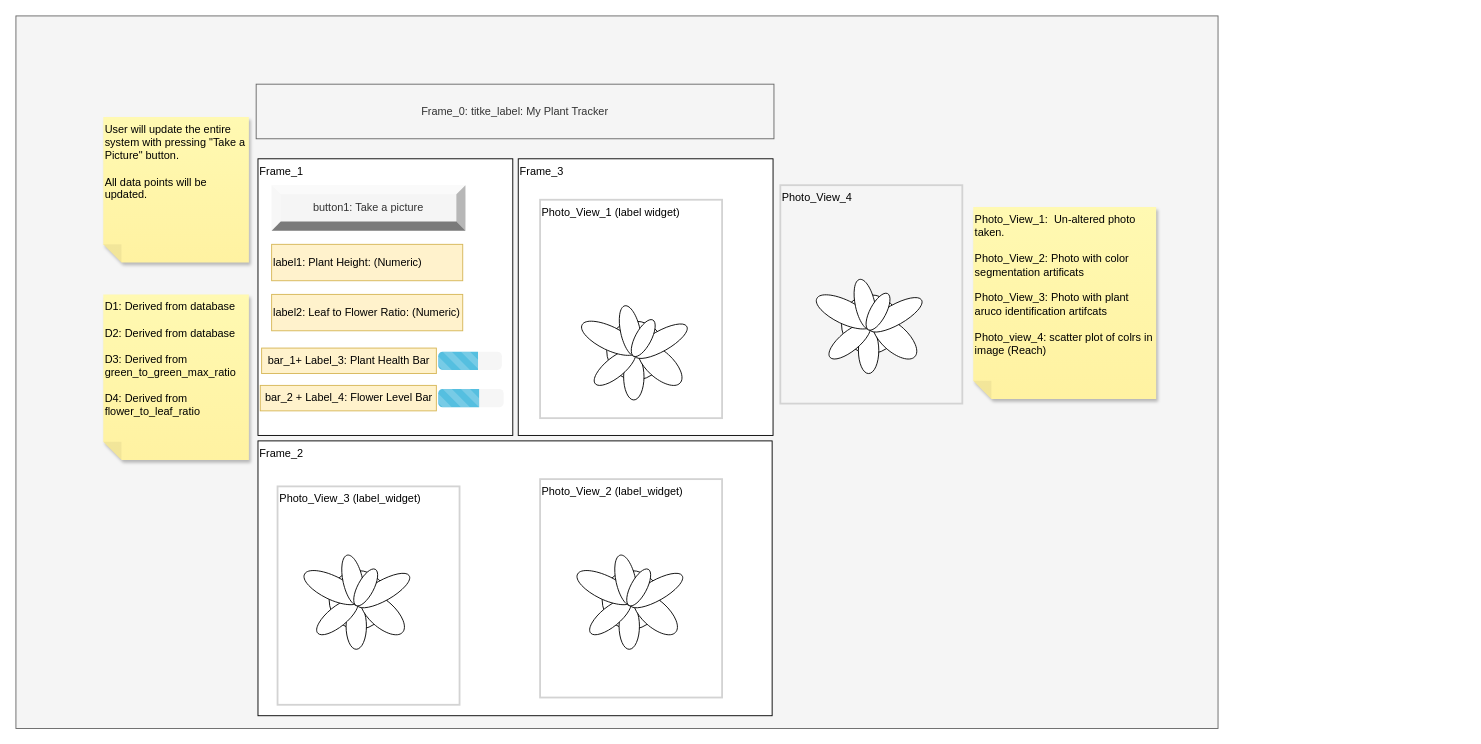
Earlier version of the draw.io diagram page "view_GUI" (2 of 3) of docs/block_diagram_flower_growth_tracker.drawio (JovanyZepeda/miniature-doodle). Source tidied: cells renumbered, new cells numbered last; positions are measured from the earlier drawing's top-left corner, leaving out a move shared by most shapes. Both pictures are drawn from the tidied source at 91%, with x=0, y=0 at pixel (15, 15).
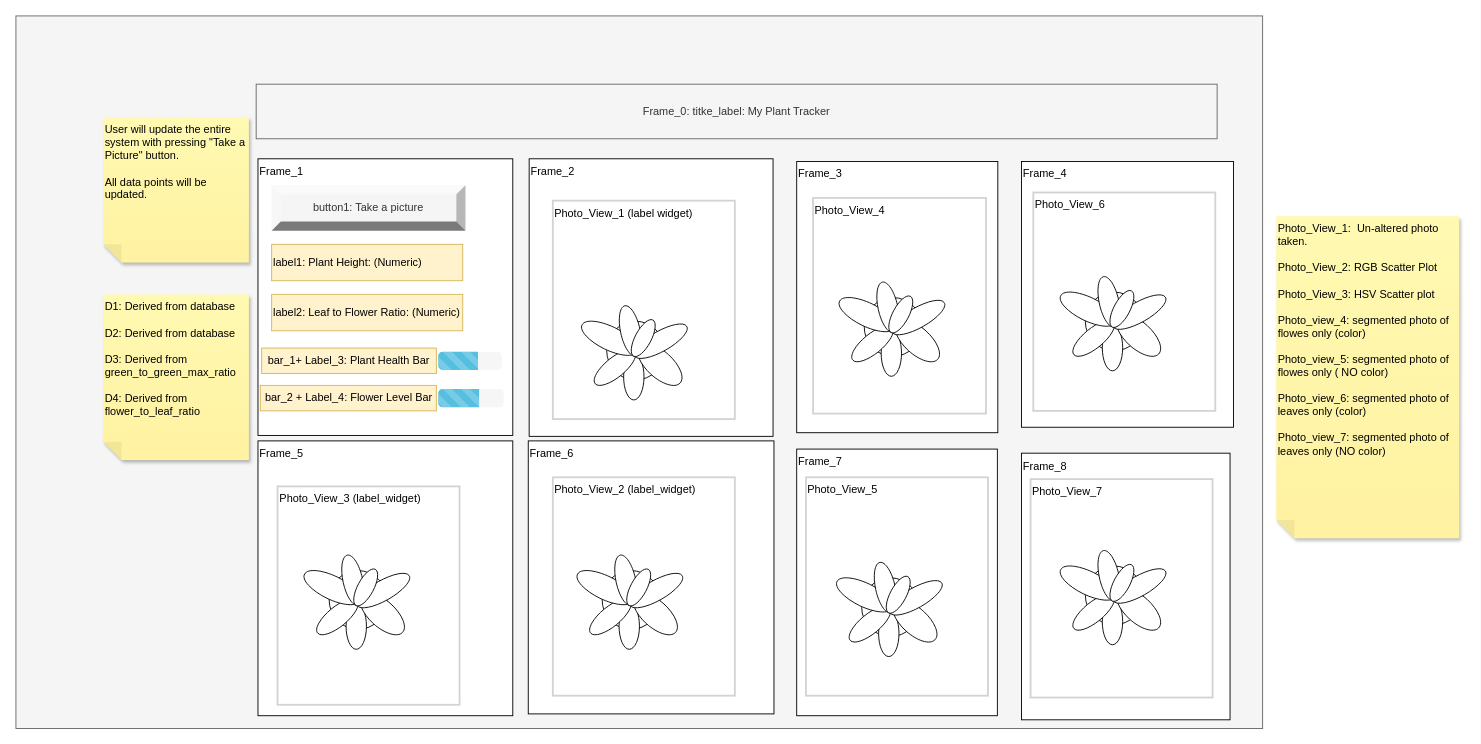
The same page after the edit.

Diff of the diagram source:
```diff
@@
     <mxCell id="2" style="rounded=0;whiteSpace=wrap;html=1;fillColor=#f5f5f5;fontColor=#333333;strokeColor=#666666;" parent="1" vertex="1">
-      <mxGeometry width="1321" height="783" as="geometry" />
+      <mxGeometry width="1370" height="783" as="geometry" />
     </mxCell>
+    <mxCell id="27" value="Frame_4" style="rounded=0;whiteSpace=wrap;html=1;verticalAlign=top;align=left;" parent="1" vertex="1">
+      <mxGeometry x="1105" y="160" width="233" height="292" as="geometry" />
+    </mxCell>
+    <mxCell id="28" value="Frame_7" style="rounded=0;whiteSpace=wrap;html=1;verticalAlign=top;align=left;" parent="1" vertex="1">
+      <mxGeometry x="858" y="476" width="220.5" height="293" as="geometry" />
+    </mxCell>
+    <mxCell id="29" value="Frame_8" style="rounded=0;whiteSpace=wrap;html=1;verticalAlign=top;align=left;" parent="1" vertex="1">
+      <mxGeometry x="1105" y="480.5" width="229.2" height="293" as="geometry" />
+    </mxCell>
+    <mxCell id="30" value="Frame_3" style="rounded=0;whiteSpace=wrap;html=1;verticalAlign=top;align=left;" parent="1" vertex="1">
+      <mxGeometry x="858" y="160" width="221" height="298" as="geometry" />
+    </mxCell>
+    <mxCell id="31" value="Frame_6" style="rounded=0;whiteSpace=wrap;html=1;verticalAlign=top;align=left;" parent="1" vertex="1">
+      <mxGeometry x="563" y="467" width="270" height="300" as="geometry" />
+    </mxCell>
-    <mxCell id="3" value="Frame_3" style="rounded=0;whiteSpace=wrap;html=1;verticalAlign=top;align=left;" parent="1" vertex="1">
-      <mxGeometry x="552" y="157" width="280" height="304" as="geometry" />
+    <mxCell id="3" value="Frame_2" style="rounded=0;whiteSpace=wrap;html=1;verticalAlign=top;align=left;" parent="1" vertex="1">
+      <mxGeometry x="564" y="157" width="268" height="305" as="geometry" />
     </mxCell>
-    <mxCell id="4" value="Frame_2" style="rounded=0;whiteSpace=wrap;html=1;verticalAlign=top;align=left;" parent="1" vertex="1">
-      <mxGeometry x="266" y="467" width="565" height="302" as="geometry" />
+    <mxCell id="4" value="Frame_5" style="rounded=0;whiteSpace=wrap;html=1;verticalAlign=top;align=left;" parent="1" vertex="1">
+      <mxGeometry x="266" y="467" width="280" height="302" as="geometry" />
     </mxCell>
@@
     <mxCell id="7" value="Photo_View_1 (label widget)" style="rounded=0;whiteSpace=wrap;html=1;fillColor=none;strokeColor=#d3d3d3;strokeWidth=2;verticalAlign=top;align=left;" parent="1" vertex="1">
-      <mxGeometry x="576" y="202" width="200" height="240" as="geometry" />
+      <mxGeometry x="590" y="203" width="200" height="240" as="geometry" />
     </mxCell>
@@
-    <mxCell id="9" value="Photo_View_1:&amp;nbsp; Un-altered photo taken.&amp;nbsp;&lt;br&gt;&lt;br&gt;Photo_View_2: Photo with color segmentation artificats&lt;br&gt;&lt;br&gt;Photo_View_3: Photo with plant aruco identification artifcats&amp;nbsp;&lt;br&gt;&lt;br&gt;Photo_view_4: scatter plot of colrs in image (Reach)" style="shape=note;whiteSpace=wrap;html=1;backgroundOutline=1;fontColor=#000000;darkOpacity=0.05;fillColor=#FFF9B2;strokeColor=none;fillStyle=solid;direction=west;gradientDirection=north;gradientColor=#FFF2A1;shadow=1;size=20;verticalAlign=top;align=left;" parent="1" vertex="1">
-      <mxGeometry x="1052" y="210" width="201" height="211" as="geometry" />
+    <mxCell id="9" value="Photo_View_1:&amp;nbsp; Un-altered photo taken.&amp;nbsp;&lt;br&gt;&lt;br&gt;Photo_View_2: RGB Scatter Plot&lt;br style=&quot;border-color: var(--border-color);&quot;&gt;&lt;br&gt;Photo_View_3: HSV Scatter plot&lt;br&gt;&lt;br&gt;Photo_view_4: segmented photo of flowes only (color)&lt;br&gt;&lt;br&gt;Photo_view_5: segmented photo of flowes only ( NO color)&lt;br&gt;&lt;br style=&quot;border-color: var(--border-color);&quot;&gt;Photo_view_6: segmented photo of leaves only (color)&lt;br style=&quot;border-color: var(--border-color);&quot;&gt;&lt;br style=&quot;border-color: var(--border-color);&quot;&gt;Photo_view_7: segmented photo of leaves only (NO color)" style="shape=note;whiteSpace=wrap;html=1;backgroundOutline=1;fontColor=#000000;darkOpacity=0.05;fillColor=#FFF9B2;strokeColor=none;fillStyle=solid;direction=west;gradientDirection=north;gradientColor=#FFF2A1;shadow=1;size=20;verticalAlign=top;align=left;" parent="1" vertex="1">
+      <mxGeometry x="1385" y="220" width="201" height="354" as="geometry" />
     </mxCell>
@@
     <mxCell id="12" value="Photo_View_2 (label_widget)" style="rounded=0;whiteSpace=wrap;html=1;fillColor=none;strokeColor=#d3d3d3;strokeWidth=2;verticalAlign=top;align=left;" parent="1" vertex="1">
-      <mxGeometry x="576" y="509" width="200" height="240" as="geometry" />
+      <mxGeometry x="590" y="507" width="200" height="240" as="geometry" />
     </mxCell>
@@
     <mxCell id="22" value="Frame_0: titke_label: My Plant Tracker" style="rounded=0;whiteSpace=wrap;html=1;fillColor=#f5f5f5;fontColor=#333333;strokeColor=#666666;" parent="1" vertex="1">
-      <mxGeometry x="264" y="75" width="569" height="60" as="geometry" />
+      <mxGeometry x="264" y="75" width="1056" height="60" as="geometry" />
     </mxCell>
@@
     <mxCell id="25" value="Photo_View_4" style="rounded=0;whiteSpace=wrap;html=1;fillColor=none;strokeColor=#d3d3d3;strokeWidth=2;verticalAlign=top;align=left;" parent="1" vertex="1">
-      <mxGeometry x="840" y="186" width="200" height="240" as="geometry" />
+      <mxGeometry x="876" y="200" width="190" height="237" as="geometry" />
     </mxCell>
     <mxCell id="26" style="verticalLabelPosition=bottom;html=1;verticalAlign=top;align=center;shape=mxgraph.floorplan.plant;" parent="1" vertex="1">
-      <mxGeometry x="884" y="283" width="100" height="110" as="geometry" />
+      <mxGeometry x="909" y="286" width="100" height="110" as="geometry" />
     </mxCell>
+    <mxCell id="32" value="Photo_View_5" style="rounded=0;whiteSpace=wrap;html=1;fillColor=none;strokeColor=#d3d3d3;strokeWidth=2;verticalAlign=top;align=left;" parent="1" vertex="1">
+      <mxGeometry x="868.2" y="507" width="200" height="240" as="geometry" />
+    </mxCell>
+    <mxCell id="33" style="verticalLabelPosition=bottom;html=1;verticalAlign=top;align=center;shape=mxgraph.floorplan.plant;" parent="1" vertex="1">
+      <mxGeometry x="906.2" y="594" width="100" height="110" as="geometry" />
+    </mxCell>
+    <mxCell id="34" value="Photo_View_6" style="rounded=0;whiteSpace=wrap;html=1;fillColor=none;strokeColor=#d3d3d3;strokeWidth=2;verticalAlign=top;align=left;" parent="1" vertex="1">
+      <mxGeometry x="1118" y="194" width="200" height="240" as="geometry" />
+    </mxCell>
+    <mxCell id="35" style="verticalLabelPosition=bottom;html=1;verticalAlign=top;align=center;shape=mxgraph.floorplan.plant;" parent="1" vertex="1">
+      <mxGeometry x="1152" y="280" width="100" height="110" as="geometry" />
+    </mxCell>
+    <mxCell id="36" value="Photo_View_7" style="rounded=0;whiteSpace=wrap;html=1;fillColor=none;strokeColor=#d3d3d3;strokeWidth=2;verticalAlign=top;align=left;" parent="1" vertex="1">
+      <mxGeometry x="1115" y="509" width="200" height="240" as="geometry" />
+    </mxCell>
+    <mxCell id="37" style="verticalLabelPosition=bottom;html=1;verticalAlign=top;align=center;shape=mxgraph.floorplan.plant;" parent="1" vertex="1">
+      <mxGeometry x="1152" y="581" width="100" height="110" as="geometry" />
+    </mxCell>
```
